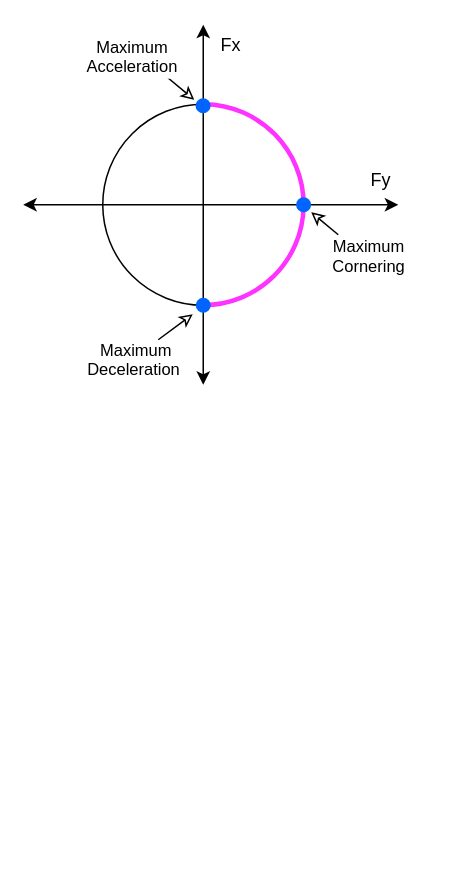
This is page "friction circle" (1 of 4) of 2021_ITSC_Gao_Longitudinal Speed Preview/friction circle.drawio from LimingGao/draw_io, a draw.io file, before an edit. Source tidied: cells renumbered, new cells numbered last; positions are measured from the earlier drawing's top-left corner, leaving out a move shared by most shapes. Both pictures are drawn from the tidied source at 150%, with x=0, y=0 at pixel (22, 24).
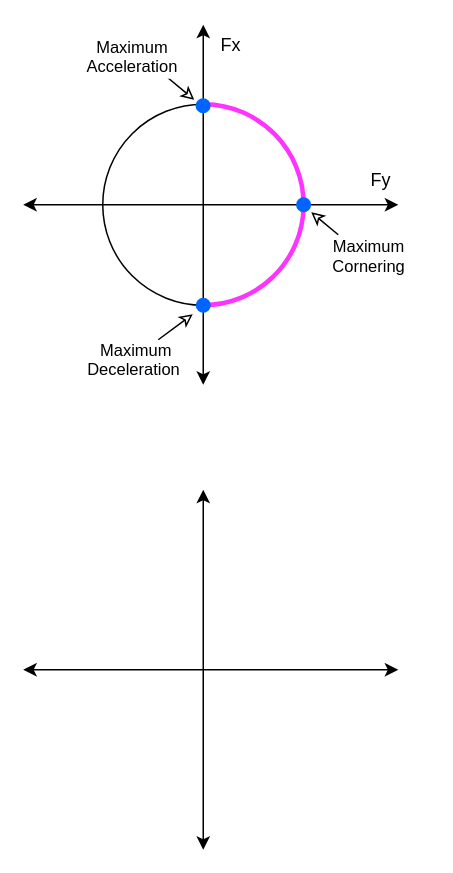
The same diagram, later.

What changed in the source:
```diff
@@
+    <mxCell id="17" style="endArrow=classic;startArrow=classic;" parent="1" edge="1">
+      <mxGeometry relative="1" as="geometry">
+        <mxPoint y="430" as="sourcePoint" />
+        <mxPoint x="250" y="430" as="targetPoint" />
+      </mxGeometry>
+    </mxCell>
+    <mxCell id="18" style="endArrow=classic;startArrow=classic;" parent="1" edge="1">
+      <mxGeometry relative="1" as="geometry">
+        <mxPoint x="120" y="550" as="sourcePoint" />
+        <mxPoint x="120" y="310" as="targetPoint" />
+      </mxGeometry>
+    </mxCell>
```
